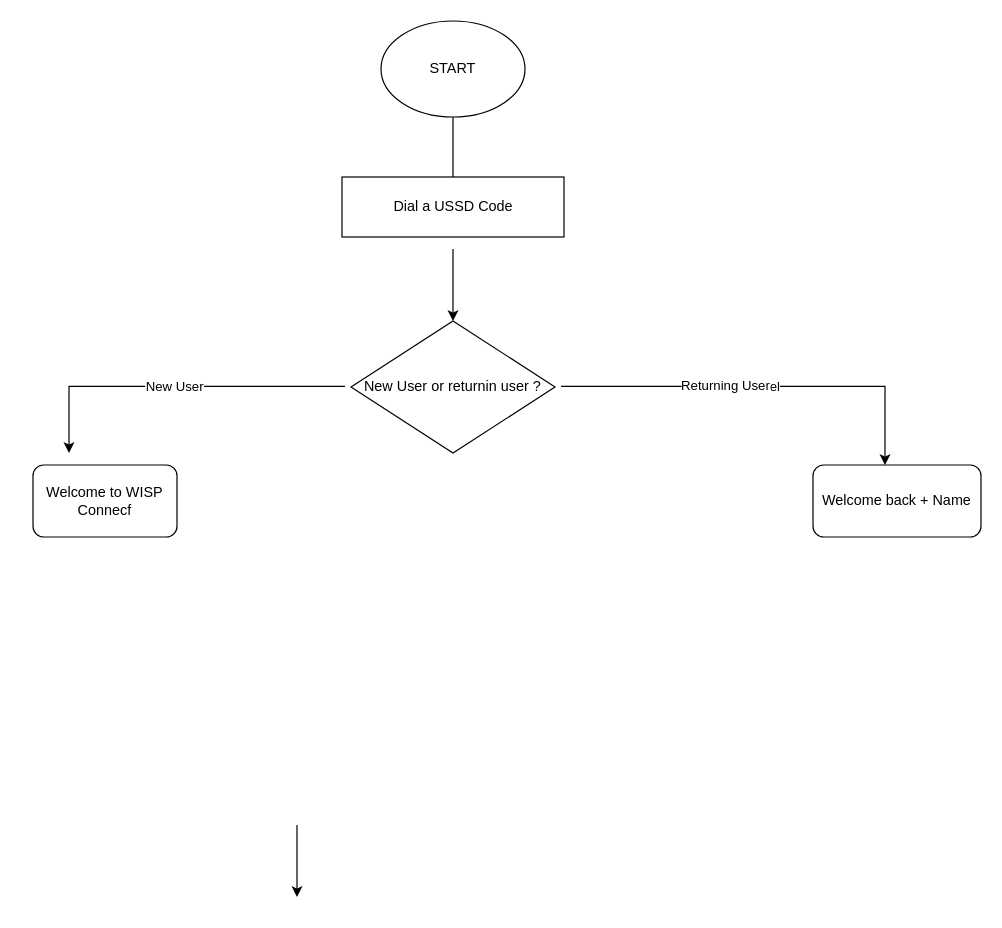
Above: docs/Untitled Diagram.drawio in WambuiJoan-dev/WISP-CONNECT (draw.io), before the change. Source tidied: cells renumbered, new cells numbered last; positions are measured from the earlier drawing's top-left corner, leaving out a move shared by most shapes. Both pictures are drawn from the tidied source at 120%, with x=0, y=0 at pixel (32, 20).
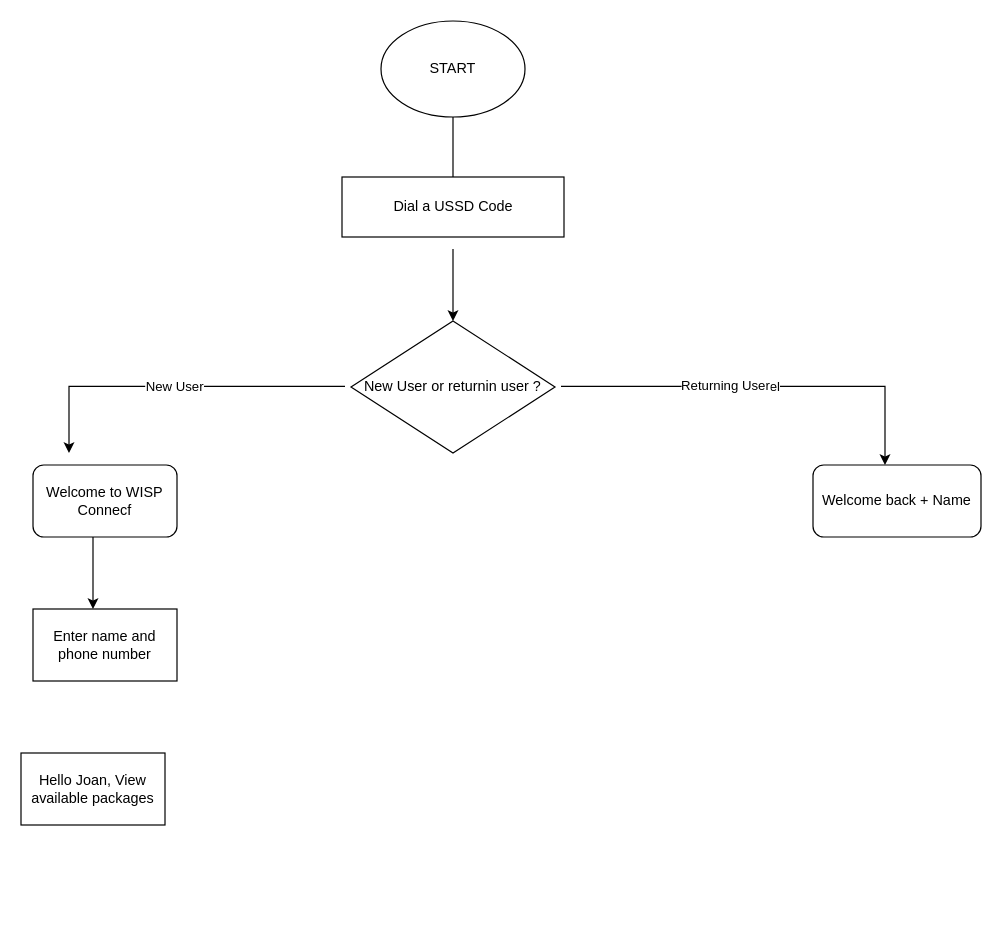
After the change.

What changed in the source:
```diff
@@
     <mxCell id="2" style="edgeStyle=orthogonalEdgeStyle;rounded=0;orthogonalLoop=1;jettySize=auto;html=1;" parent="1" edge="1">
       <mxGeometry relative="1" as="geometry">
-        <mxPoint x="220" y="670" as="sourcePoint" />
-        <mxPoint x="220" y="730" as="targetPoint" />
+        <mxPoint x="50" y="430" as="sourcePoint" />
+        <mxPoint x="50" y="490" as="targetPoint" />
       </mxGeometry>
     </mxCell>
@@
+    <mxCell id="15" value="Enter name and phone number" style="rounded=0;whiteSpace=wrap;html=1;" parent="1" vertex="1">
+      <mxGeometry y="490" width="120" height="60" as="geometry" />
+    </mxCell>
+    <mxCell id="16" value="Hello Joan, View available packages" style="rounded=0;whiteSpace=wrap;html=1;" parent="1" vertex="1">
+      <mxGeometry x="-10" y="610" width="120" height="60" as="geometry" />
+    </mxCell>
```
